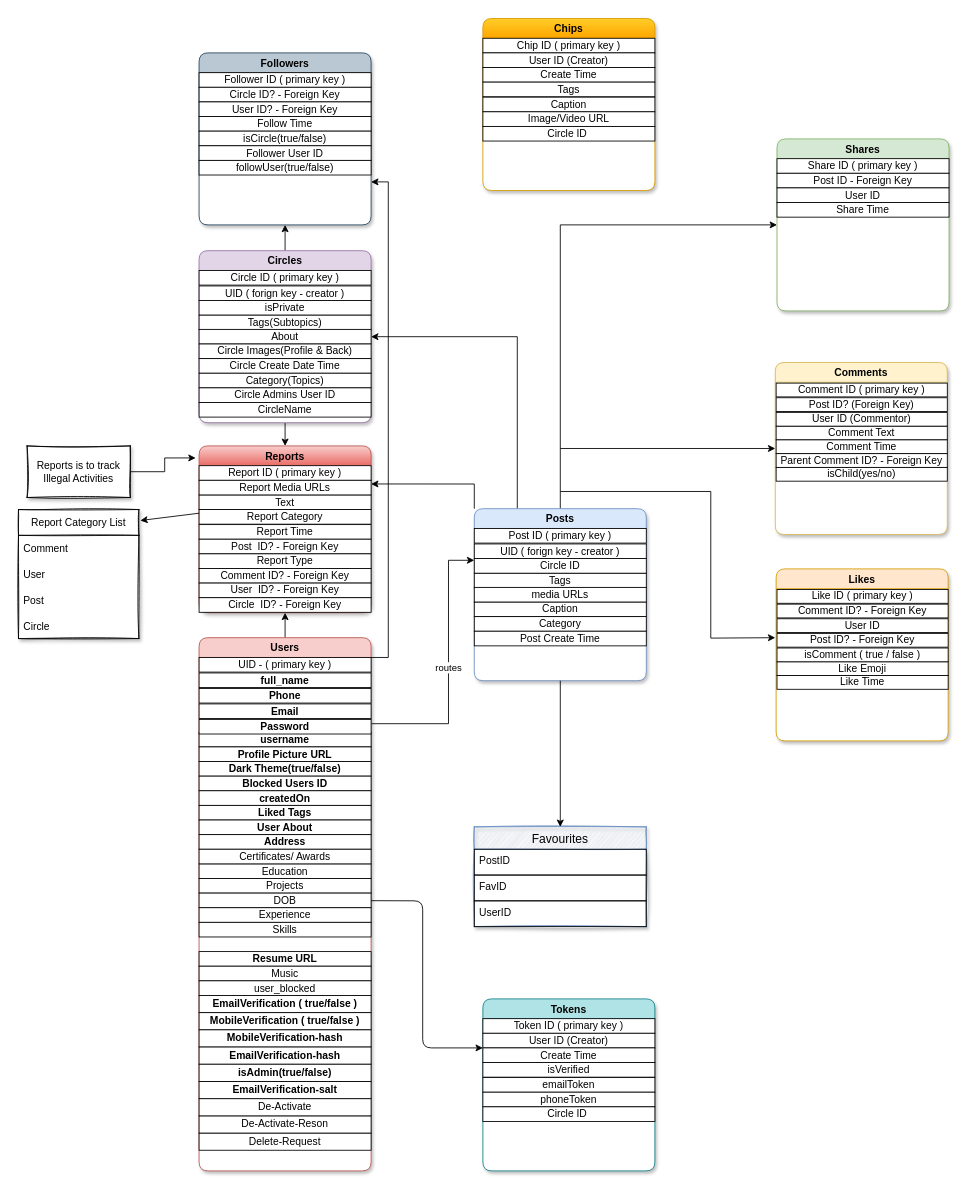
This is BackendV1-DBArchitecture.drawio from aghosh0605/social-app-backend, a draw.io file, before an edit. Source tidied: cells renumbered, new cells numbered last; positions are measured from the earlier drawing's top-left corner, leaving out a move shared by most shapes. Both pictures are drawn from the tidied source at 86%, with x=0, y=0 at pixel (18, 18).
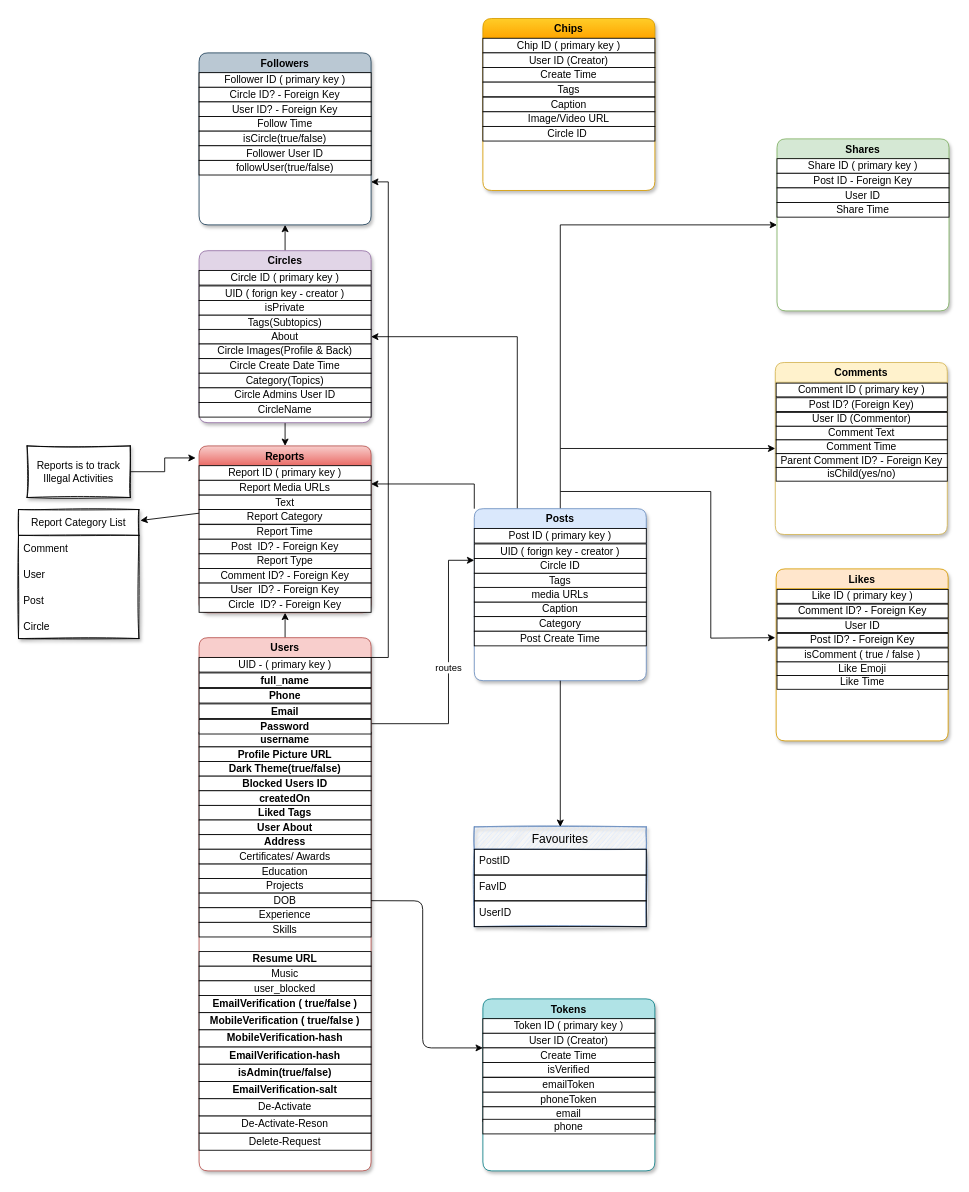
Above is the later version.

Unchanged cells that the change refers to:
```xml
<mxCell id="125" value="Tokens" style="swimlane;fillColor=#b0e3e6;strokeColor=#0e8088;swimlaneFillColor=default;rounded=1;shadow=1;" parent="1" vertex="1">
  <mxGeometry x="540" y="1140" width="200" height="200" as="geometry" />
</mxCell>
```

Diff of the diagram source:
```diff
@@
-    <mxCell id="132" value="Circle ID&amp;nbsp;" style="rounded=0;whiteSpace=wrap;html=1;" parent="125" vertex="1">
+    <mxCell id="132" value="email" style="rounded=0;whiteSpace=wrap;html=1;" parent="125" vertex="1">
       <mxGeometry y="125.5" width="200" height="17" as="geometry" />
     </mxCell>
+    <mxCell id="134" value="phone" style="rounded=0;whiteSpace=wrap;html=1;" parent="125" vertex="1">
+      <mxGeometry y="140" width="200" height="17" as="geometry" />
+    </mxCell>
```
